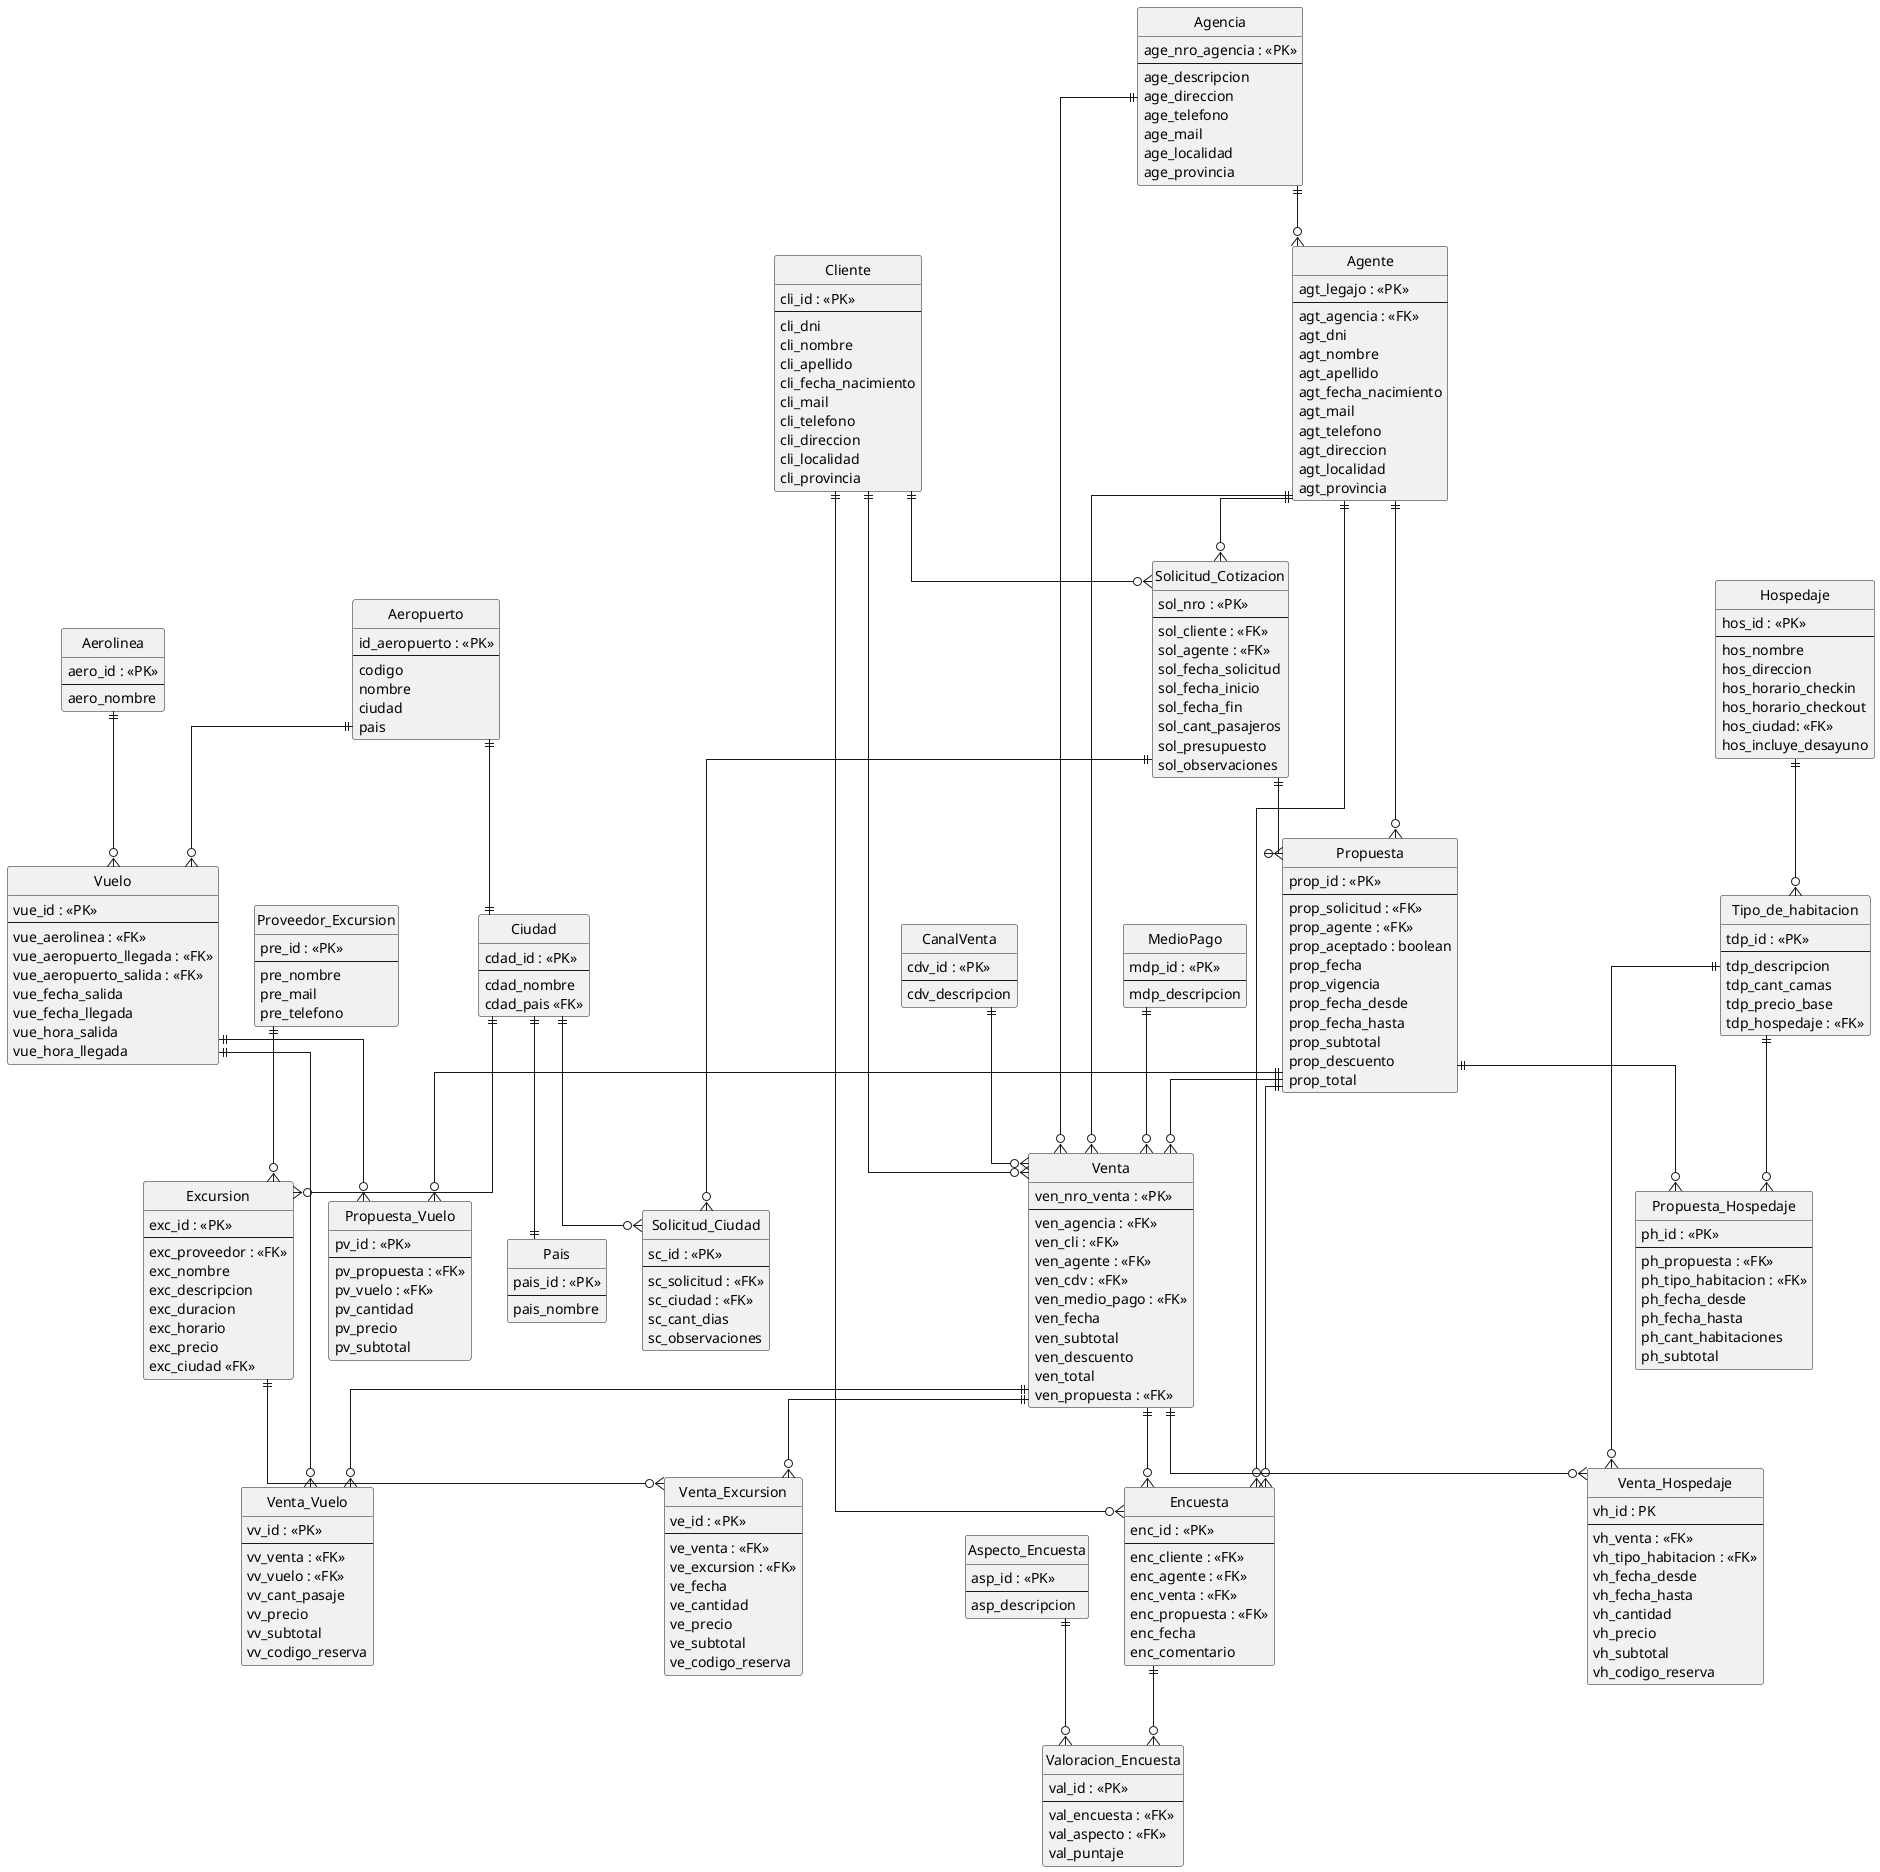
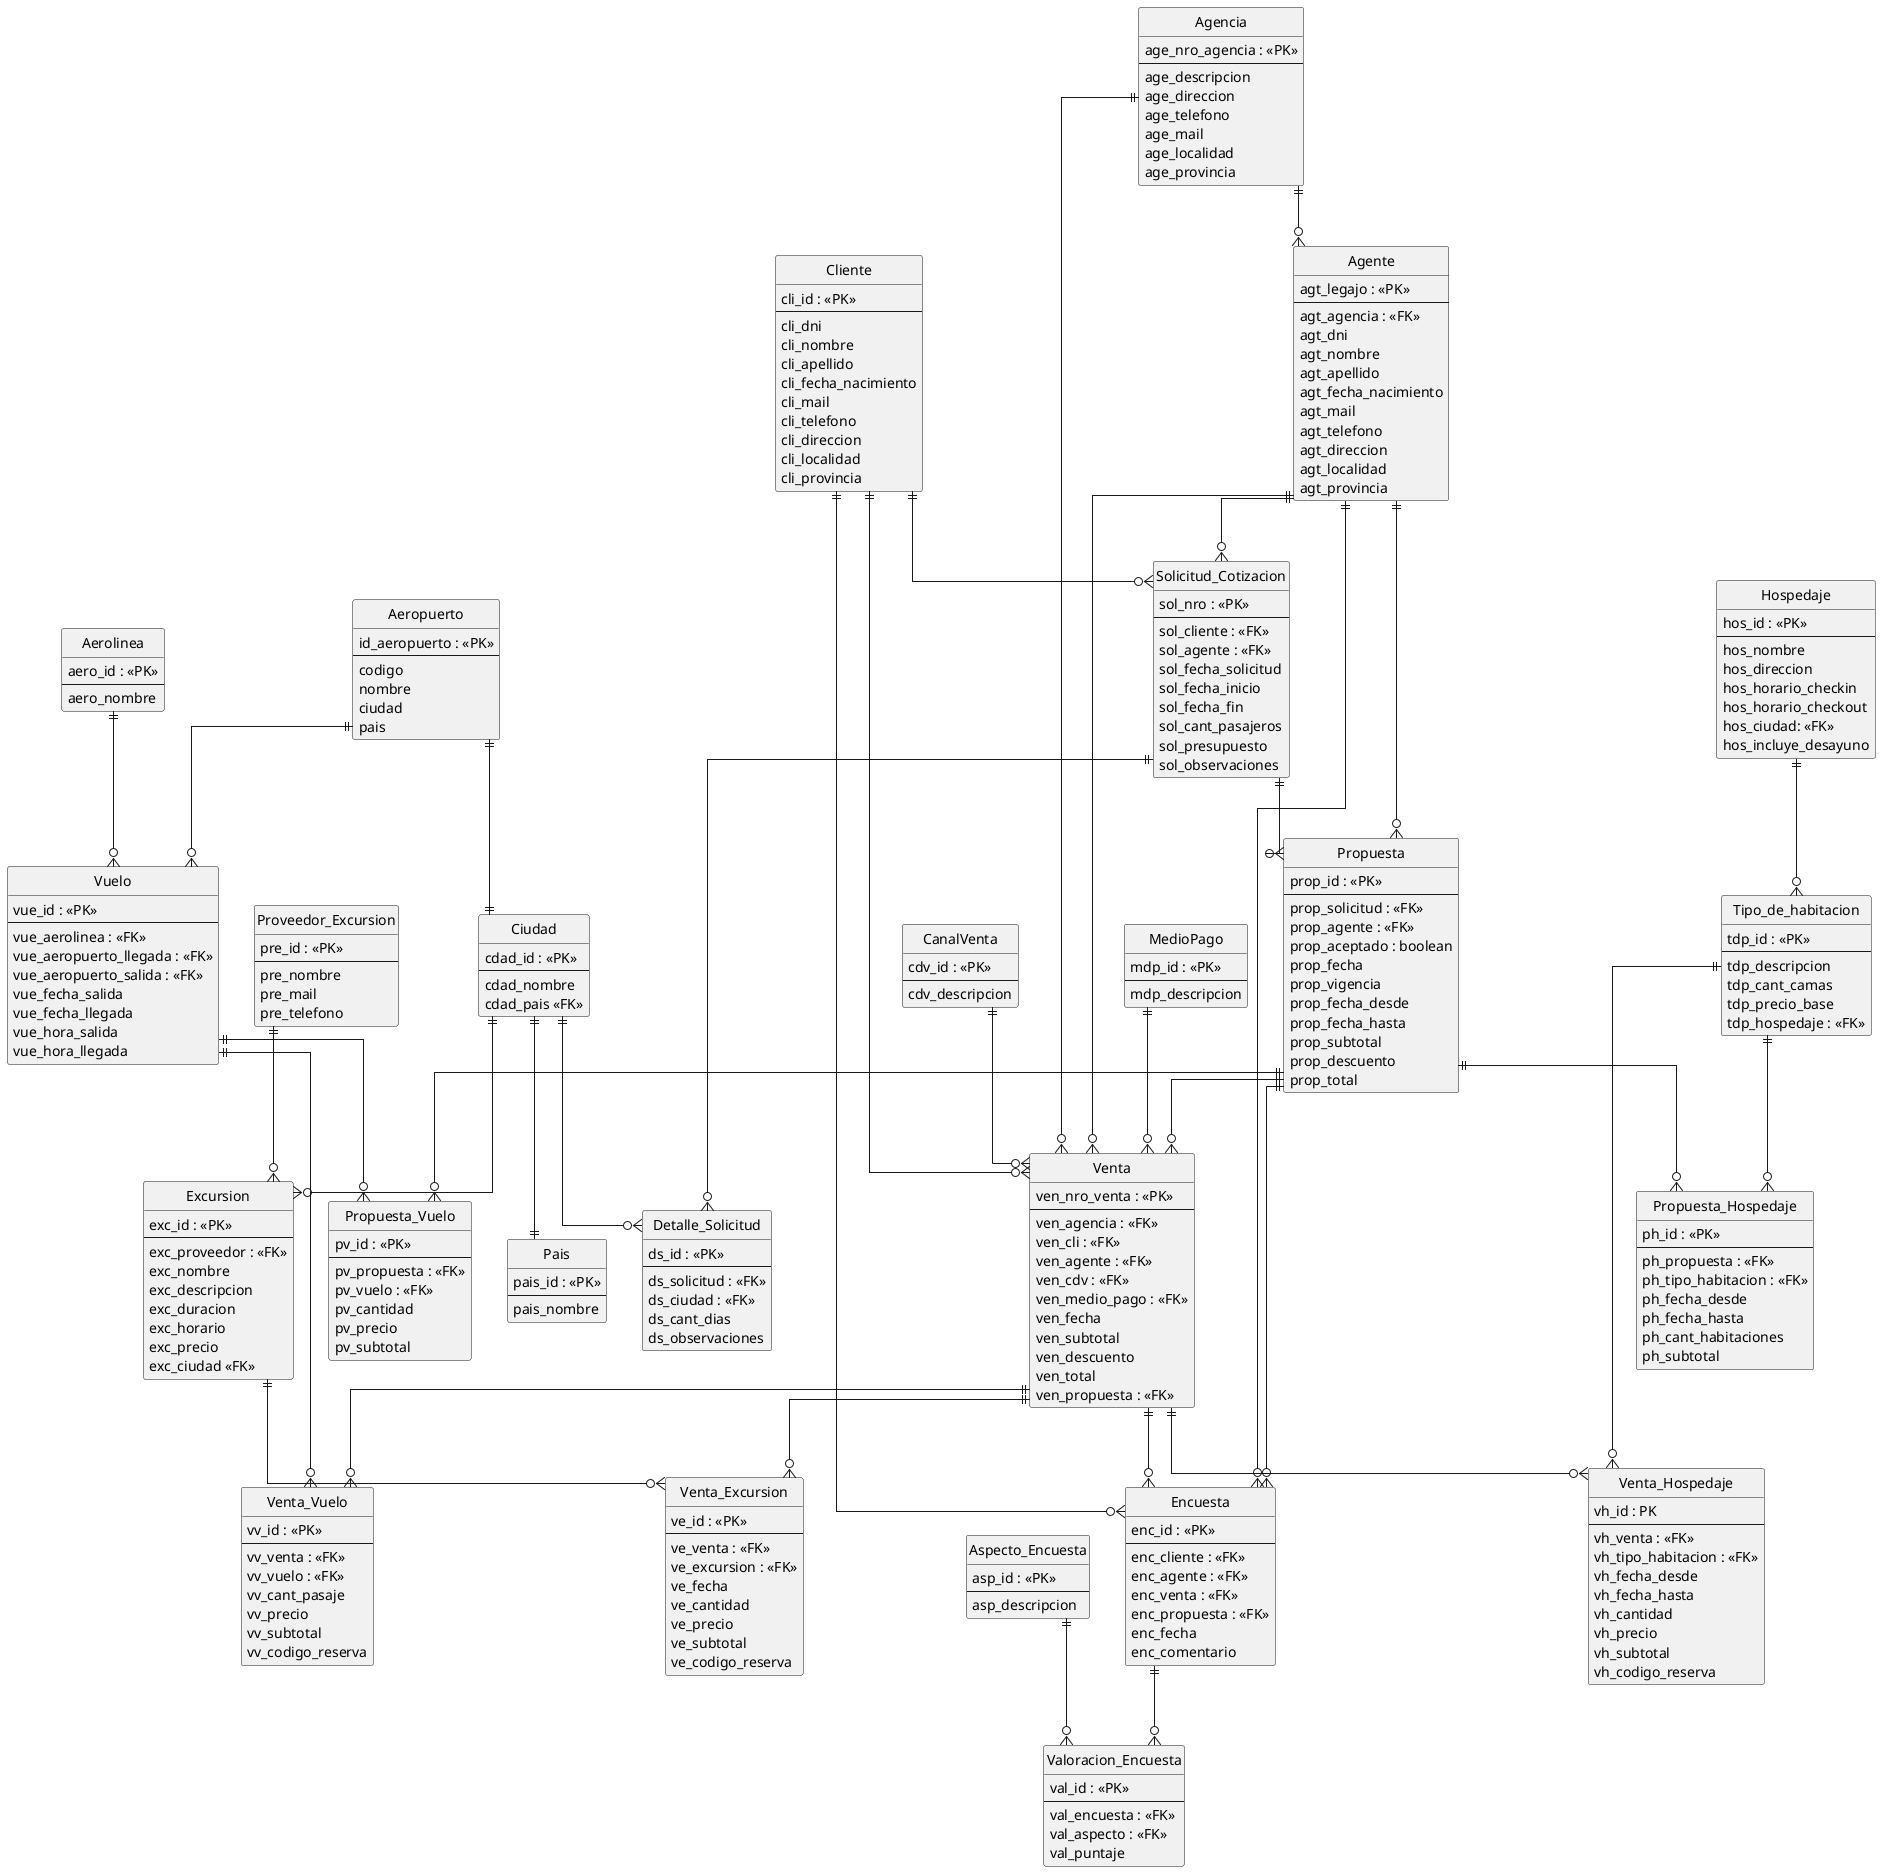
@startuml
hide circle
skinparam linetype ortho

entity Agencia {
  age_nro_agencia : <<PK>>
  --
  age_descripcion
  age_direccion
  age_telefono
  age_mail
  age_localidad
  age_provincia
}

entity Cliente {
  cli_id : <<PK>>
  --
  cli_dni
  cli_nombre
  cli_apellido
  cli_fecha_nacimiento
  cli_mail
  cli_telefono
  cli_direccion
  cli_localidad
  cli_provincia
}

entity Agente {
  agt_legajo : <<PK>>
  --
  agt_agencia : <<FK>>
  agt_dni
  agt_nombre
  agt_apellido
  agt_fecha_nacimiento
  agt_mail
  agt_telefono
  agt_direccion
  agt_localidad
  agt_provincia
}

entity CanalVenta {
  cdv_id : <<PK>>
  --
  cdv_descripcion
}

entity MedioPago {
  mdp_id : <<PK>>
  --
  mdp_descripcion
}

entity Ciudad {
  cdad_id : <<PK>>
  --
  cdad_nombre
  cdad_pais <<FK>>
}

entity Pais {
  pais_id : <<PK>>
  --
  pais_nombre
}

entity Aerolinea {
  aero_id : <<PK>>
  --
  aero_nombre
}

entity Aeropuerto {
  id_aeropuerto : <<PK>>
  --
  codigo
  nombre
  ciudad
  pais
}

entity Vuelo {
  vue_id : <<PK>>
  --
  vue_aerolinea : <<FK>>
  vue_aeropuerto_llegada : <<FK>>
  vue_aeropuerto_salida : <<FK>>
  vue_fecha_salida
  vue_fecha_llegada
  vue_hora_salida
  vue_hora_llegada
}

entity Hospedaje {
  hos_id : <<PK>>
  --
  hos_nombre
  hos_direccion
  hos_horario_checkin
  hos_horario_checkout
  hos_ciudad: <<FK>>
  hos_incluye_desayuno
}

entity Tipo_de_habitacion {
  tdp_id : <<PK>>
  --
  tdp_descripcion
  tdp_cant_camas
  tdp_precio_base
  tdp_hospedaje : <<FK>>
}

entity Proveedor_Excursion {
  pre_id : <<PK>>
  --
  pre_nombre
  pre_mail
  pre_telefono
}

entity Excursion {
  exc_id : <<PK>>
  --
  exc_proveedor : <<FK>>
  exc_nombre
  exc_descripcion
  exc_duracion
  exc_horario
  exc_precio
  exc_ciudad <<FK>>
}

entity Venta {
  ven_nro_venta : <<PK>>
  --
  ven_agencia : <<FK>>
  ven_cli : <<FK>>
  ven_agente : <<FK>>
  ven_cdv : <<FK>>
  ven_medio_pago : <<FK>>
  ven_fecha
  ven_subtotal
  ven_descuento
  ven_total
  ven_propuesta : <<FK>>
}

entity Venta_Vuelo {
  vv_id : <<PK>>
  --
  vv_venta : <<FK>>
  vv_vuelo : <<FK>>
  vv_cant_pasaje
  vv_precio
  vv_subtotal
  vv_codigo_reserva
}

entity Venta_Hospedaje {
  vh_id : PK
  --
  vh_venta : <<FK>>
  vh_tipo_habitacion : <<FK>>
  vh_fecha_desde
  vh_fecha_hasta
  vh_cantidad
  vh_precio
  vh_subtotal
  vh_codigo_reserva
}

entity Venta_Excursion {
  ve_id : <<PK>>
  --
  ve_venta : <<FK>>
  ve_excursion : <<FK>>
  ve_fecha
  ve_cantidad
  ve_precio
  ve_subtotal
  ve_codigo_reserva
}

entity Solicitud_Cotizacion {
  sol_nro : <<PK>>
  --
  sol_cliente : <<FK>>
  sol_agente : <<FK>>
  sol_fecha_solicitud
  sol_fecha_inicio
  sol_fecha_fin
  sol_cant_pasajeros
  sol_presupuesto
  sol_observaciones
}

- entity Solicitud_Ciudad {
-   sc_id : <<PK>>
-   --
-   sc_solicitud : <<FK>>
-   sc_ciudad : <<FK>>
-   sc_cant_dias
-   sc_observaciones
+ entity Detalle_Solicitud {
+   ds_id : <<PK>>
+   --
+   ds_solicitud : <<FK>>
+   ds_ciudad : <<FK>>
+   ds_cant_dias
+   ds_observaciones
}

entity Propuesta {
  prop_id : <<PK>>
  --
  prop_solicitud : <<FK>>
  prop_agente : <<FK>>
  prop_aceptado : boolean
  prop_fecha
  prop_vigencia
  prop_fecha_desde
  prop_fecha_hasta
  prop_subtotal
  prop_descuento
  prop_total
}

entity Propuesta_Vuelo {
  pv_id : <<PK>>
  --
  pv_propuesta : <<FK>>
  pv_vuelo : <<FK>>
  pv_cantidad
  pv_precio
  pv_subtotal
}

entity Propuesta_Hospedaje {
  ph_id : <<PK>>
  --
  ph_propuesta : <<FK>>
  ph_tipo_habitacion : <<FK>>
  ph_fecha_desde
  ph_fecha_hasta
  ph_cant_habitaciones
  ph_subtotal
}

entity Encuesta {
  enc_id : <<PK>>
  --
  enc_cliente : <<FK>>
  enc_agente : <<FK>>
  enc_venta : <<FK>>
  enc_propuesta : <<FK>>
  enc_fecha
  enc_comentario
}

entity Aspecto_Encuesta {
  asp_id : <<PK>>
  --
  asp_descripcion
}

entity Valoracion_Encuesta {
  val_id : <<PK>>
  --
  val_encuesta : <<FK>>
  val_aspecto : <<FK>>
  val_puntaje
}

Agencia ||--o{ Agente
Agencia ||--o{ Venta

Cliente ||--o{ Venta
Cliente ||--o{ Solicitud_Cotizacion
Cliente ||--o{ Encuesta

Agente ||--o{ Venta
Agente ||--o{ Solicitud_Cotizacion
Agente ||--o{ Propuesta
Agente ||--o{ Encuesta

CanalVenta ||--o{ Venta
MedioPago ||--o{ Venta

Aerolinea ||--o{ Vuelo
Aeropuerto ||--o{ Vuelo
Aeropuerto ||--|| Ciudad

Hospedaje ||--o{ Tipo_de_habitacion

Proveedor_Excursion ||--o{ Excursion

Venta ||--o{ Venta_Vuelo
Venta ||--o{ Venta_Hospedaje
Venta ||--o{ Venta_Excursion

Vuelo ||--o{ Venta_Vuelo
Tipo_de_habitacion ||--o{ Venta_Hospedaje
Excursion ||--o{ Venta_Excursion
Ciudad ||--o{ Excursion

- Solicitud_Cotizacion ||--o{ Solicitud_Ciudad
+ Solicitud_Cotizacion ||--o{ Detalle_Solicitud
Solicitud_Cotizacion ||--o{ Propuesta

- Ciudad ||--o{ Solicitud_Ciudad
+ Ciudad ||--o{ Detalle_Solicitud

Propuesta ||--o{ Propuesta_Vuelo
Propuesta ||--o{ Propuesta_Hospedaje

Vuelo ||--o{ Propuesta_Vuelo
Tipo_de_habitacion ||--o{ Propuesta_Hospedaje

Propuesta ||--o{ Venta

Encuesta ||--o{ Valoracion_Encuesta
Aspecto_Encuesta ||--o{ Valoracion_Encuesta

Venta ||--o{ Encuesta
Propuesta ||--o{ Encuesta

Ciudad ||--|| Pais

@enduml
